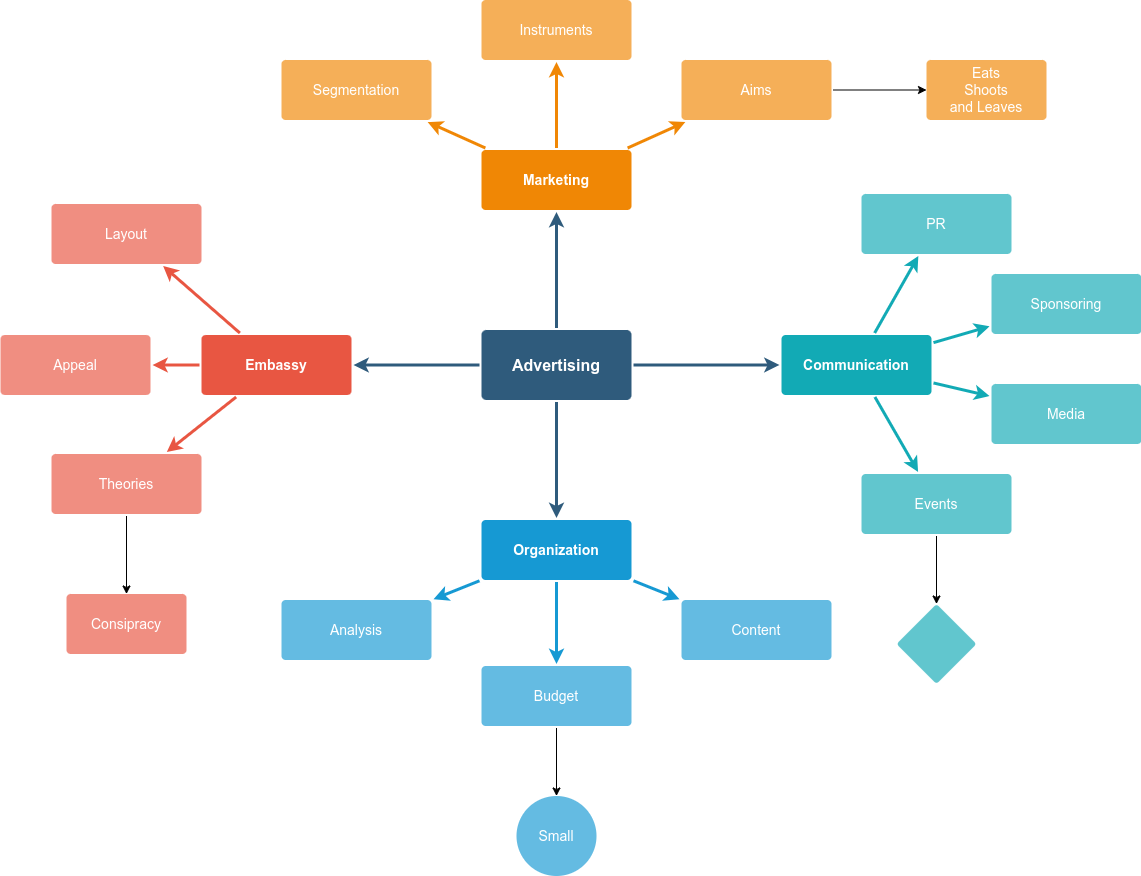
Above: TryMindmap.drawio.png in ronsmith/sandbox (draw.io), before the change. Source tidied: cells renumbered, new cells last; positions are measured from the earlier drawing's top-left corner, leaving out a move shared by most shapes.
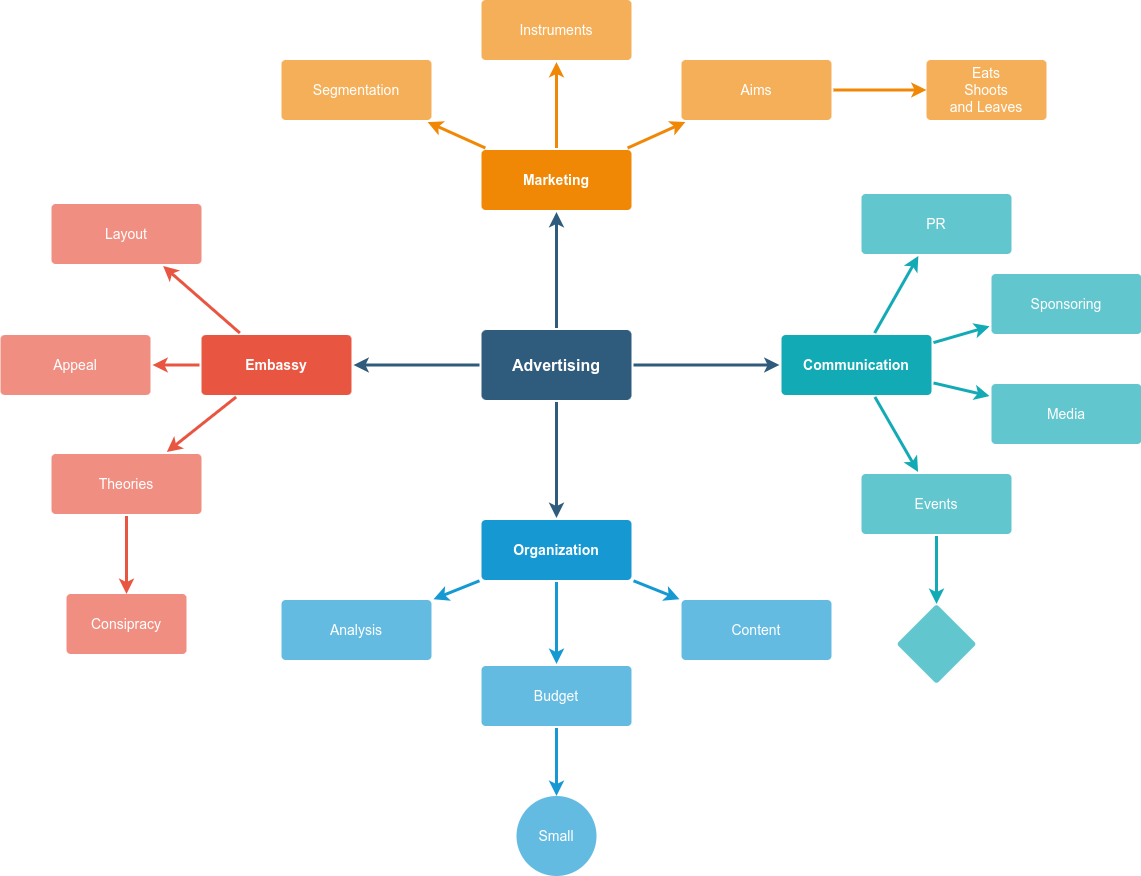
The same diagram one commit later.

Diff of the diagram source:
```diff
@@ -29,7 +29,7 @@
     <mxCell id="10" value="Embassy" style="rounded=1;whiteSpace=wrap;html=1;shadow=0;labelBackgroundColor=none;strokeColor=none;strokeWidth=3;fillColor=#e85642;fontFamily=Helvetica;fontSize=14;fontColor=#FFFFFF;align=center;spacing=5;fontStyle=1;arcSize=7;perimeterSpacing=2;" parent="1" vertex="1">
       <mxGeometry x="201" y="335.5" width="150" height="60" as="geometry" />
     </mxCell>
-    <mxCell id="11" style="edgeStyle=orthogonalEdgeStyle;rounded=0;jettySize=auto;html=1;" parent="1" edge="1" source="12" target="41">
+    <mxCell id="11" style="edgeStyle=orthogonalEdgeStyle;rounded=1;jettySize=auto;html=1;shadow=0;strokeColor=#E85642;strokeWidth=3;align=center;verticalAlign=middle;spacing=5;fontFamily=Helvetica;fontSize=14;fontColor=#FFFFFF;fontStyle=1;labelBackgroundColor=none;jumpStyle=none;startArrow=none;startFill=0;endArrow=classic;fillColor=#b0e3e6;" parent="1" edge="1" source="12" target="41">
       <mxGeometry relative="1" as="geometry" />
     </mxCell>
     <mxCell id="12" value="Theories" style="rounded=1;whiteSpace=wrap;html=1;shadow=0;labelBackgroundColor=none;strokeColor=none;strokeWidth=3;fillColor=#f08e81;fontFamily=Helvetica;fontSize=14;fontColor=#FFFFFF;align=center;spacing=5;fontStyle=0;arcSize=7;perimeterSpacing=2;" parent="1" vertex="1">
@@ -56,7 +56,7 @@
     <mxCell id="19" value="Content" style="rounded=1;whiteSpace=wrap;html=1;shadow=0;labelBackgroundColor=none;strokeColor=none;strokeWidth=3;fillColor=#64bbe2;fontFamily=Helvetica;fontSize=14;fontColor=#FFFFFF;align=center;spacing=5;arcSize=7;perimeterSpacing=2;" parent="1" vertex="1">
       <mxGeometry x="681" y="600.5" width="150" height="60" as="geometry" />
     </mxCell>
-    <mxCell id="20" style="edgeStyle=orthogonalEdgeStyle;rounded=0;jettySize=auto;html=1;" parent="1" edge="1" source="21" target="42">
+    <mxCell id="20" style="edgeStyle=orthogonalEdgeStyle;rounded=0;jettySize=auto;html=1;shadow=0;strokeColor=#1699D3;strokeWidth=3;align=center;verticalAlign=middle;spacing=5;fontFamily=Helvetica;fontSize=14;fontColor=#FFFFFF;labelBackgroundColor=none;jumpStyle=none;startArrow=none;startFill=0;endArrow=classic;endFill=1;" parent="1" edge="1" source="21" target="42">
       <mxGeometry relative="1" as="geometry" />
     </mxCell>
     <mxCell id="21" value="Budget" style="rounded=1;whiteSpace=wrap;html=1;shadow=0;labelBackgroundColor=none;strokeColor=none;strokeWidth=3;fillColor=#64bbe2;fontFamily=Helvetica;fontSize=14;fontColor=#FFFFFF;align=center;spacing=5;arcSize=7;perimeterSpacing=2;" parent="1" vertex="1">
@@ -68,7 +68,7 @@
     <mxCell id="23" value="Marketing" style="rounded=1;whiteSpace=wrap;html=1;shadow=0;labelBackgroundColor=none;strokeColor=none;strokeWidth=3;fillColor=#F08705;fontFamily=Helvetica;fontSize=14;fontColor=#FFFFFF;align=center;spacing=5;fontStyle=1;arcSize=7;perimeterSpacing=2;" parent="1" vertex="1">
       <mxGeometry x="481" y="150.5" width="150" height="60" as="geometry" />
     </mxCell>
-    <mxCell id="24" style="edgeStyle=orthogonalEdgeStyle;rounded=0;jettySize=auto;html=1;" parent="1" edge="1" source="25" target="44">
+    <mxCell id="24" style="edgeStyle=orthogonalEdgeStyle;rounded=0;jettySize=auto;html=1;shadow=0;strokeColor=#F08705;strokeWidth=3;align=center;verticalAlign=middle;spacing=5;fontFamily=Helvetica;fontSize=14;fontColor=#FFFFFF;labelBackgroundColor=none;jumpStyle=none;startArrow=none;startFill=0;endArrow=classic;endFill=1;" parent="1" edge="1" source="25" target="44">
       <mxGeometry relative="1" as="geometry" />
     </mxCell>
     <mxCell id="25" value="Aims&lt;br&gt;" style="rounded=1;whiteSpace=wrap;html=1;shadow=0;labelBackgroundColor=none;strokeColor=none;strokeWidth=3;fillColor=#f5af58;fontFamily=Helvetica;fontSize=14;fontColor=#FFFFFF;align=center;spacing=5;arcSize=7;perimeterSpacing=2;" parent="1" vertex="1">
@@ -92,7 +92,7 @@
     <mxCell id="31" value="Communication" style="rounded=1;whiteSpace=wrap;html=1;shadow=0;labelBackgroundColor=none;strokeColor=none;strokeWidth=3;fillColor=#12aab5;fontFamily=Helvetica;fontSize=14;fontColor=#FFFFFF;align=center;spacing=5;fontStyle=1;arcSize=7;perimeterSpacing=2;" parent="1" vertex="1">
       <mxGeometry x="781" y="335.5" width="150" height="60" as="geometry" />
     </mxCell>
-    <mxCell id="32" style="edgeStyle=orthogonalEdgeStyle;rounded=0;jettySize=auto;html=1;" parent="1" edge="1" source="33" target="43">
+    <mxCell id="32" style="edgeStyle=orthogonalEdgeStyle;rounded=1;jettySize=auto;html=1;shadow=0;strokeColor=#12AAB5;strokeWidth=3;align=center;verticalAlign=middle;spacing=5;fontFamily=Helvetica;fontSize=14;fontColor=#FFFFFF;fontStyle=1;labelBackgroundColor=none;jumpStyle=none;startArrow=none;startFill=0;endArrow=classic;fillColor=#b0e3e6;" parent="1" edge="1" source="33" target="43">
       <mxGeometry relative="1" as="geometry" />
     </mxCell>
     <mxCell id="33" value="Events" style="rounded=1;whiteSpace=wrap;html=1;shadow=0;labelBackgroundColor=none;strokeColor=none;strokeWidth=3;fillColor=#61c6ce;fontFamily=Helvetica;fontSize=14;fontColor=#FFFFFF;align=center;spacing=5;fontStyle=0;arcSize=7;perimeterSpacing=2;" parent="1" vertex="1">
```
